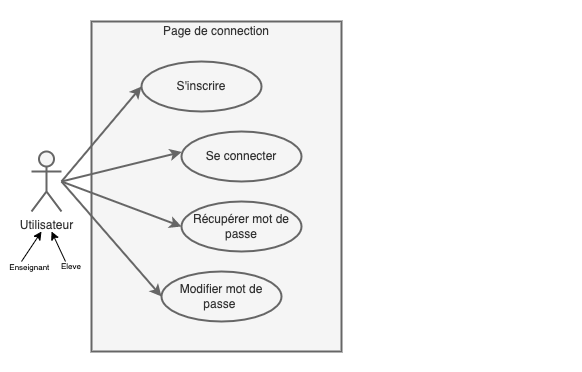
This is connection-usage.drawio.png from TanguyLunais-Robin/TestTest2020, a draw.io export, as it was before one commit. Source tidied: cells renumbered, new cells last; positions are measured from the earlier drawing's top-left corner, leaving out a move shared by most shapes.
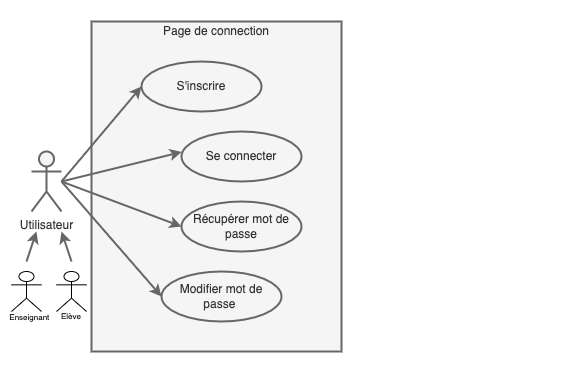
Later version of the same file.

The edit, as a diff of the source:
```diff
@@ -46,23 +46,29 @@
         <mxPoint x="60" y="180" as="sourcePoint" />
       </mxGeometry>
     </mxCell>
-    <mxCell id="14" style="endArrow=classic;html=1;rounded=0;" parent="1" edge="1">
-      <mxGeometry relative="1" as="geometry">
-        <mxPoint x="64" y="260" as="sourcePoint" />
-        <mxPoint x="50" y="230" as="targetPoint" />
-      </mxGeometry>
-    </mxCell>
-    <mxCell id="15" style="endArrow=classic;html=1;rounded=0;" parent="1" edge="1">
-      <mxGeometry relative="1" as="geometry">
-        <mxPoint x="20" y="260" as="sourcePoint" />
-        <mxPoint x="40" y="230" as="targetPoint" />
-      </mxGeometry>
-    </mxCell>
     <mxCell id="16" value="&lt;font style=&quot;font-size: 8px&quot;&gt;Enseignant&lt;/font&gt;&amp;nbsp;" style="text;html=1;strokeColor=none;fillColor=none;align=center;verticalAlign=middle;whiteSpace=wrap;rounded=0;" parent="1" vertex="1">
-      <mxGeometry y="250" width="60" height="30" as="geometry" />
+      <mxGeometry y="300" width="60" height="30" as="geometry" />
     </mxCell>
-    <mxCell id="17" value="Eleve" style="text;html=1;strokeColor=none;fillColor=none;align=center;verticalAlign=middle;whiteSpace=wrap;rounded=0;fontSize=8;" parent="1" vertex="1">
-      <mxGeometry x="40" y="250" width="60" height="30" as="geometry" />
+    <mxCell id="17" value="Elève" style="text;html=1;strokeColor=none;fillColor=none;align=center;verticalAlign=middle;whiteSpace=wrap;rounded=0;fontSize=8;" parent="1" vertex="1">
+      <mxGeometry x="40" y="300" width="60" height="30" as="geometry" />
     </mxCell>
+    <mxCell id="18" style="rounded=0;orthogonalLoop=1;jettySize=auto;html=1;strokeWidth=2;fillColor=#f5f5f5;strokeColor=#666666;labelBackgroundColor=#666666;fontColor=#F0F0F0;" parent="1" edge="1">
+      <mxGeometry relative="1" as="geometry">
+        <mxPoint x="70" y="260" as="sourcePoint" />
+        <mxPoint x="60" y="230" as="targetPoint" />
+      </mxGeometry>
+    </mxCell>
+    <mxCell id="19" style="rounded=0;orthogonalLoop=1;jettySize=auto;html=1;strokeWidth=2;fillColor=#f5f5f5;strokeColor=#666666;labelBackgroundColor=#666666;fontColor=#F0F0F0;" parent="1" edge="1">
+      <mxGeometry relative="1" as="geometry">
+        <mxPoint x="25" y="260" as="sourcePoint" />
+        <mxPoint x="35" y="230" as="targetPoint" />
+      </mxGeometry>
+    </mxCell>
+    <mxCell id="20" style="shape=umlActor;verticalLabelPosition=bottom;verticalAlign=top;html=1;" parent="1" vertex="1">
+      <mxGeometry x="10" y="270" width="30" height="40" as="geometry" />
+    </mxCell>
+    <mxCell id="21" style="shape=umlActor;verticalLabelPosition=bottom;verticalAlign=top;html=1;" parent="1" vertex="1">
+      <mxGeometry x="55" y="270" width="30" height="40" as="geometry" />
+    </mxCell>
   </root>
 </mxGraphModel>
```
